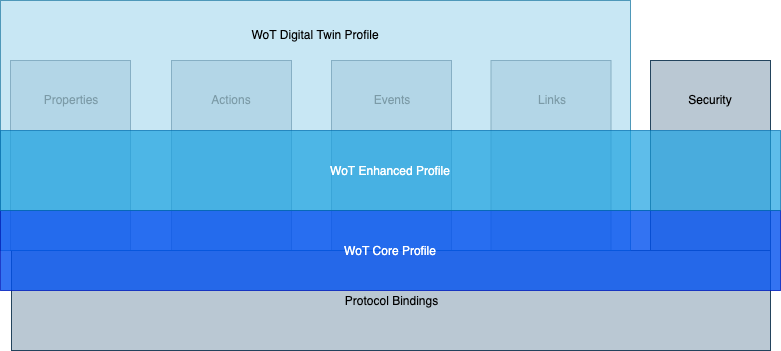
The draw.io diagram images/WoT Profiles.png in mlagally/wot-profile, before a commit. Source tidied: cells renumbered, new cells last; positions are measured from the earlier drawing's top-left corner, leaving out a move shared by most shapes. Source of this version:
```xml
<mxGraphModel>
  <root>
    <mxCell id="0" />
    <mxCell id="1" parent="0" />
    <mxCell id="2" value="Protocol Bindings" style="rounded=0;whiteSpace=wrap;html=1;fillColor=#bac8d3;strokeColor=#23445d;" parent="1" vertex="1">
      <mxGeometry x="11" y="250" width="759" height="100" as="geometry" />
    </mxCell>
    <mxCell id="3" value="Events&lt;br&gt;&lt;br&gt;&lt;br&gt;&lt;br&gt;&lt;br&gt;&lt;br&gt;&lt;br&gt;&lt;br&gt;&lt;br&gt;" style="rounded=0;whiteSpace=wrap;html=1;fillColor=#bac8d3;strokeColor=#23445d;" parent="1" vertex="1">
      <mxGeometry x="331" y="60" width="120" height="190" as="geometry" />
    </mxCell>
    <mxCell id="4" value="Actions&lt;br&gt;&lt;br&gt;&lt;br&gt;&lt;br&gt;&lt;br&gt;&lt;br&gt;&lt;br&gt;&lt;br&gt;&lt;br&gt;" style="rounded=0;whiteSpace=wrap;html=1;fillColor=#bac8d3;strokeColor=#23445d;" parent="1" vertex="1">
      <mxGeometry x="171" y="60" width="120" height="190" as="geometry" />
    </mxCell>
    <mxCell id="5" value="Security&lt;br&gt;&lt;br&gt;&lt;br&gt;&lt;br&gt;&lt;br&gt;&lt;br&gt;&lt;br&gt;&lt;br&gt;&lt;br&gt;" style="rounded=0;whiteSpace=wrap;html=1;fillColor=#bac8d3;strokeColor=#23445d;" parent="1" vertex="1">
      <mxGeometry x="650" y="60" width="120" height="190" as="geometry" />
    </mxCell>
    <mxCell id="6" value="Properties&lt;br&gt;&lt;br&gt;&lt;br&gt;&lt;br&gt;&lt;br&gt;&lt;br&gt;&lt;br&gt;&lt;br&gt;&lt;br&gt;" style="rounded=0;whiteSpace=wrap;html=1;fillColor=#bac8d3;strokeColor=#23445d;" parent="1" vertex="1">
      <mxGeometry x="10" y="60" width="120" height="190" as="geometry" />
    </mxCell>
    <mxCell id="7" value="Links&lt;br&gt;&lt;br&gt;&lt;br&gt;&lt;br&gt;&lt;br&gt;&lt;br&gt;&lt;br&gt;&lt;br&gt;&lt;br&gt;" style="rounded=0;whiteSpace=wrap;html=1;fillColor=#bac8d3;strokeColor=#23445d;" parent="1" vertex="1">
      <mxGeometry x="490.5" y="60" width="120" height="190" as="geometry" />
    </mxCell>
    <mxCell id="8" value="WoT Digital Twin Profile&lt;br&gt;&lt;br&gt;&lt;br&gt;&lt;br&gt;&lt;br&gt;&lt;br&gt;&lt;br&gt;&lt;br&gt;&lt;br&gt;&lt;br&gt;&lt;br&gt;&lt;br&gt;&lt;br&gt;&lt;br&gt;" style="rounded=0;whiteSpace=wrap;html=1;opacity=70;fillColor=#b1ddf0;strokeColor=#10739e;" parent="1" vertex="1">
      <mxGeometry width="630" height="250" as="geometry" />
    </mxCell>
    <mxCell id="9" value="WoT Core Profile" style="rounded=0;whiteSpace=wrap;html=1;fillColor=#0050ef;strokeColor=#001DBC;opacity=80;fontColor=#ffffff;" parent="1" vertex="1">
      <mxGeometry y="210" width="780" height="80" as="geometry" />
    </mxCell>
    <mxCell id="10" value="WoT Enhanced Profile" style="rounded=0;whiteSpace=wrap;html=1;strokeColor=#006EAF;fillColor=#1ba1e2;opacity=70;fontColor=#ffffff;" parent="1" vertex="1">
      <mxGeometry y="130" width="780" height="80" as="geometry" />
    </mxCell>
  </root>
</mxGraphModel>
```
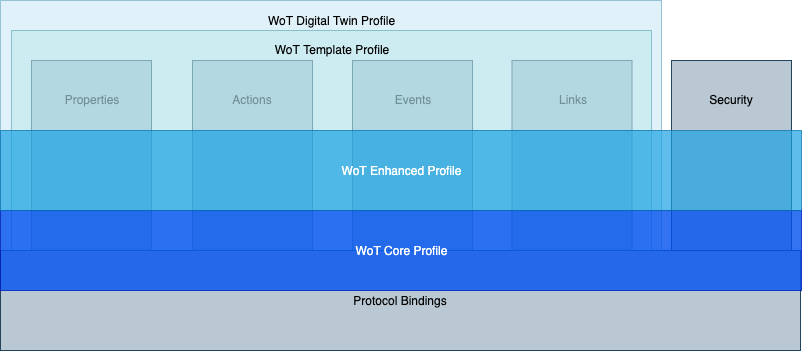
The same file after the commit.

The edit, as a diff of the source:
```diff
@@ -3,7 +3,7 @@
     <mxCell id="0" />
     <mxCell id="1" parent="0" />
     <mxCell id="2" value="Protocol Bindings" style="rounded=0;whiteSpace=wrap;html=1;fillColor=#bac8d3;strokeColor=#23445d;" parent="1" vertex="1">
-      <mxGeometry x="11" y="250" width="759" height="100" as="geometry" />
+      <mxGeometry x="-21" y="250" width="800" height="100" as="geometry" />
     </mxCell>
     <mxCell id="3" value="Events&lt;br&gt;&lt;br&gt;&lt;br&gt;&lt;br&gt;&lt;br&gt;&lt;br&gt;&lt;br&gt;&lt;br&gt;&lt;br&gt;" style="rounded=0;whiteSpace=wrap;html=1;fillColor=#bac8d3;strokeColor=#23445d;" parent="1" vertex="1">
       <mxGeometry x="331" y="60" width="120" height="190" as="geometry" />
@@ -20,14 +20,17 @@
     <mxCell id="7" value="Links&lt;br&gt;&lt;br&gt;&lt;br&gt;&lt;br&gt;&lt;br&gt;&lt;br&gt;&lt;br&gt;&lt;br&gt;&lt;br&gt;" style="rounded=0;whiteSpace=wrap;html=1;fillColor=#bac8d3;strokeColor=#23445d;" parent="1" vertex="1">
       <mxGeometry x="490.5" y="60" width="120" height="190" as="geometry" />
     </mxCell>
-    <mxCell id="8" value="WoT Digital Twin Profile&lt;br&gt;&lt;br&gt;&lt;br&gt;&lt;br&gt;&lt;br&gt;&lt;br&gt;&lt;br&gt;&lt;br&gt;&lt;br&gt;&lt;br&gt;&lt;br&gt;&lt;br&gt;&lt;br&gt;&lt;br&gt;" style="rounded=0;whiteSpace=wrap;html=1;opacity=70;fillColor=#b1ddf0;strokeColor=#10739e;" parent="1" vertex="1">
-      <mxGeometry width="630" height="250" as="geometry" />
+    <mxCell id="8" value="WoT Digital Twin Profile&lt;br&gt;&lt;br&gt;&lt;br&gt;&lt;br&gt;&lt;br&gt;&lt;br&gt;&lt;br&gt;&lt;br&gt;&lt;br&gt;&lt;br&gt;&lt;br&gt;&lt;br&gt;&lt;br&gt;&lt;br&gt;&lt;br&gt;&lt;br&gt;" style="rounded=0;whiteSpace=wrap;html=1;fillColor=#b1ddf0;strokeColor=#10739e;opacity=40;" parent="1" vertex="1">
+      <mxGeometry x="-21" width="661" height="250" as="geometry" />
     </mxCell>
+    <mxCell id="11" value="WoT Template Profile&lt;br&gt;&lt;br&gt;&lt;br&gt;&lt;br&gt;&lt;br&gt;&lt;br&gt;&lt;br&gt;&lt;br&gt;&lt;br&gt;&lt;br&gt;&lt;br&gt;&lt;br&gt;&lt;br&gt;&lt;br&gt;" style="rounded=0;whiteSpace=wrap;html=1;fillColor=#b0e3e6;strokeColor=#0e8088;opacity=40;" parent="1" vertex="1">
+      <mxGeometry x="-10" y="30" width="640" height="220" as="geometry" />
+    </mxCell>
     <mxCell id="9" value="WoT Core Profile" style="rounded=0;whiteSpace=wrap;html=1;fillColor=#0050ef;strokeColor=#001DBC;opacity=80;fontColor=#ffffff;" parent="1" vertex="1">
-      <mxGeometry y="210" width="780" height="80" as="geometry" />
+      <mxGeometry x="-21" y="210" width="801" height="80" as="geometry" />
     </mxCell>
     <mxCell id="10" value="WoT Enhanced Profile" style="rounded=0;whiteSpace=wrap;html=1;strokeColor=#006EAF;fillColor=#1ba1e2;opacity=70;fontColor=#ffffff;" parent="1" vertex="1">
-      <mxGeometry y="130" width="780" height="80" as="geometry" />
+      <mxGeometry x="-21" y="130" width="801" height="80" as="geometry" />
     </mxCell>
   </root>
 </mxGraphModel>
```
